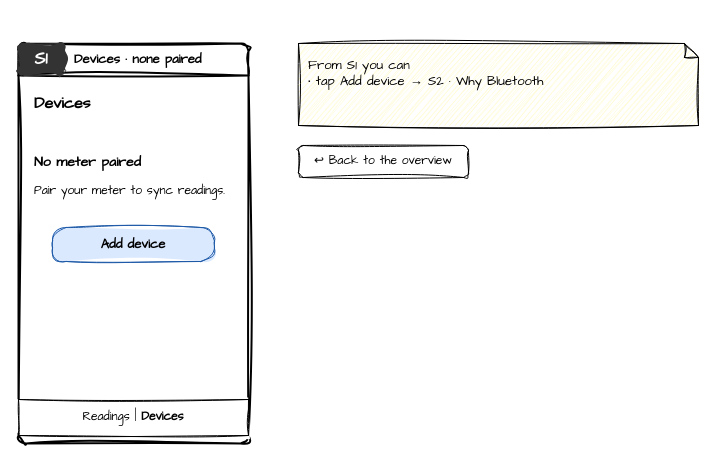
Before: page "S1 Devices · none paired" (2 of 15) of docs/examples/pair-a-meter/click-through.drawio in AnilDeshpande/codetutor-mobile-prototyper, a draw.io diagram. Source tidied: cells renumbered, new cells numbered last; positions are measured from the earlier drawing's top-left corner, leaving out a move shared by most shapes. Both pictures are drawn from the tidied source at 100%, with x=0, y=0 at pixel (18, 43).
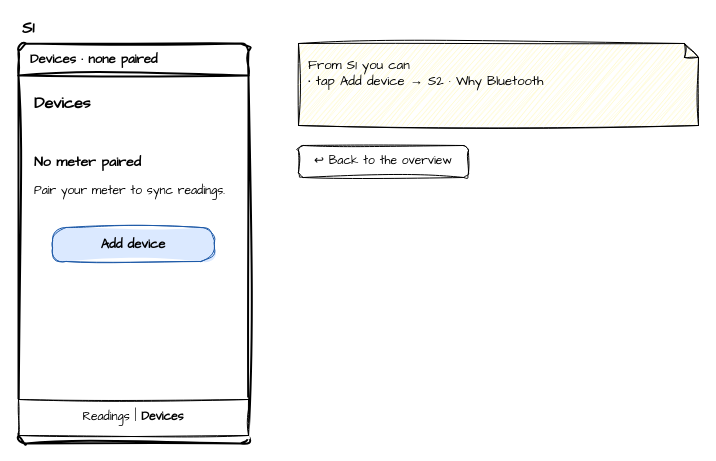
The same diagram, later.

Change to the diagram source:
```diff
@@
 <mxGraphModel>
   <root>
     <mxCell id="0" />
     <mxCell id="1" parent="0" />
-    <mxCell id="2" value="Devices · none paired" style="sketch=1;curveFitting=1;jiggle=2;hachureGap=4;fontFamily=Architects Daughter;html=1;whiteSpace=wrap;swimlane;startSize=32;rounded=1;arcSize=8;strokeWidth=2;align=left;spacingLeft=54;fontSize=13;fontStyle=1;fillColor=#ffffff;swimlaneFillColor=#ffffff;" parent="1" vertex="1">
+    <mxCell id="2" value="Devices · none paired" style="sketch=1;curveFitting=1;jiggle=2;hachureGap=4;fontFamily=Architects Daughter;html=1;whiteSpace=wrap;swimlane;startSize=32;rounded=1;arcSize=8;strokeWidth=2;align=left;spacingLeft=10;fontSize=13;fontStyle=1;fillColor=#ffffff;swimlaneFillColor=#ffffff;" parent="1" vertex="1">
       <mxGeometry width="230" height="400" as="geometry" />
     </mxCell>
-    <mxCell id="3" value="&lt;b&gt;S1&lt;/b&gt;" style="sketch=1;curveFitting=1;jiggle=2;hachureGap=4;fontFamily=Architects Daughter;html=1;whiteSpace=wrap;rounded=1;arcSize=20;fontSize=17;fillColor=#333333;fillStyle=solid;strokeColor=#333333;fontColor=#ffffff;" parent="2" vertex="1">
-      <mxGeometry width="46" height="32" as="geometry" />
+    <mxCell id="3" value="&lt;b&gt;S1&lt;/b&gt;" style="sketch=1;curveFitting=1;jiggle=2;hachureGap=4;fontFamily=Architects Daughter;html=1;whiteSpace=wrap;text;align=left;verticalAlign=middle;fontSize=16;strokeColor=none;fillColor=none;" parent="2" vertex="1">
+      <mxGeometry x="2" y="-26" width="50" height="22" as="geometry" />
     </mxCell>
     <mxCell id="4" value="Devices" style="sketch=1;curveFitting=1;jiggle=2;hachureGap=4;fontFamily=Architects Daughter;html=1;whiteSpace=wrap;text;strokeColor=none;fillColor=none;align=left;fontSize=16;fontStyle=1;" parent="2" vertex="1">
       <mxGeometry x="14" y="44" width="202" height="28" as="geometry" />
     </mxCell>
     <mxCell id="5" value="No meter paired" style="sketch=1;curveFitting=1;jiggle=2;hachureGap=4;fontFamily=Architects Daughter;html=1;whiteSpace=wrap;text;strokeColor=none;fillColor=none;fontSize=14;fontStyle=1;" parent="2" vertex="1">
       <mxGeometry x="14" y="104" width="202" height="22" as="geometry" />
     </mxCell>
     <mxCell id="6" value="Pair your meter to sync readings." style="sketch=1;curveFitting=1;jiggle=2;hachureGap=4;fontFamily=Architects Daughter;html=1;whiteSpace=wrap;text;strokeColor=none;fillColor=none;fontSize=12;" parent="2" vertex="1">
       <mxGeometry x="14" y="134" width="202" height="42" as="geometry" />
     </mxCell>
     <mxCell id="7" value="Add device" style="sketch=1;curveFitting=1;jiggle=2;hachureGap=4;fontFamily=Architects Daughter;html=1;whiteSpace=wrap;rounded=1;arcSize=40;fontSize=13;fontStyle=1;fillColor=#dbe9ff;fillStyle=solid;strokeColor=#1e5aa8;" parent="2" vertex="1">
       <mxGeometry x="34" y="184" width="162" height="34" as="geometry" />
     </mxCell>
     <mxCell id="8" value="Readings   |   &lt;b&gt;Devices&lt;/b&gt;" style="sketch=1;curveFitting=1;jiggle=2;hachureGap=4;fontFamily=Architects Daughter;html=1;whiteSpace=wrap;rounded=0;fontSize=12;fillColor=#ffffff;" parent="2" vertex="1">
       <mxGeometry y="356" width="230" height="36" as="geometry" />
     </mxCell>
     <mxCell id="9" value="From S1 you can&lt;br&gt;• tap Add device  →  S2 · Why Bluetooth" style="sketch=1;curveFitting=1;jiggle=2;hachureGap=4;fontFamily=Architects Daughter;html=1;whiteSpace=wrap;shape=note;size=14;align=left;verticalAlign=top;spacing=10;fontSize=13;fillColor=#fff8c4;" parent="1" vertex="1">
       <mxGeometry x="280" width="400" height="82" as="geometry" />
     </mxCell>
     <mxCell id="10" value="↩ Back to the overview" style="sketch=1;curveFitting=1;jiggle=2;hachureGap=4;fontFamily=Architects Daughter;html=1;whiteSpace=wrap;rounded=1;fontSize=12;fillColor=#ffffff;" parent="1" vertex="1">
       <mxGeometry x="280" y="102" width="170" height="32" as="geometry" />
     </mxCell>
   </root>
 </mxGraphModel>
```
